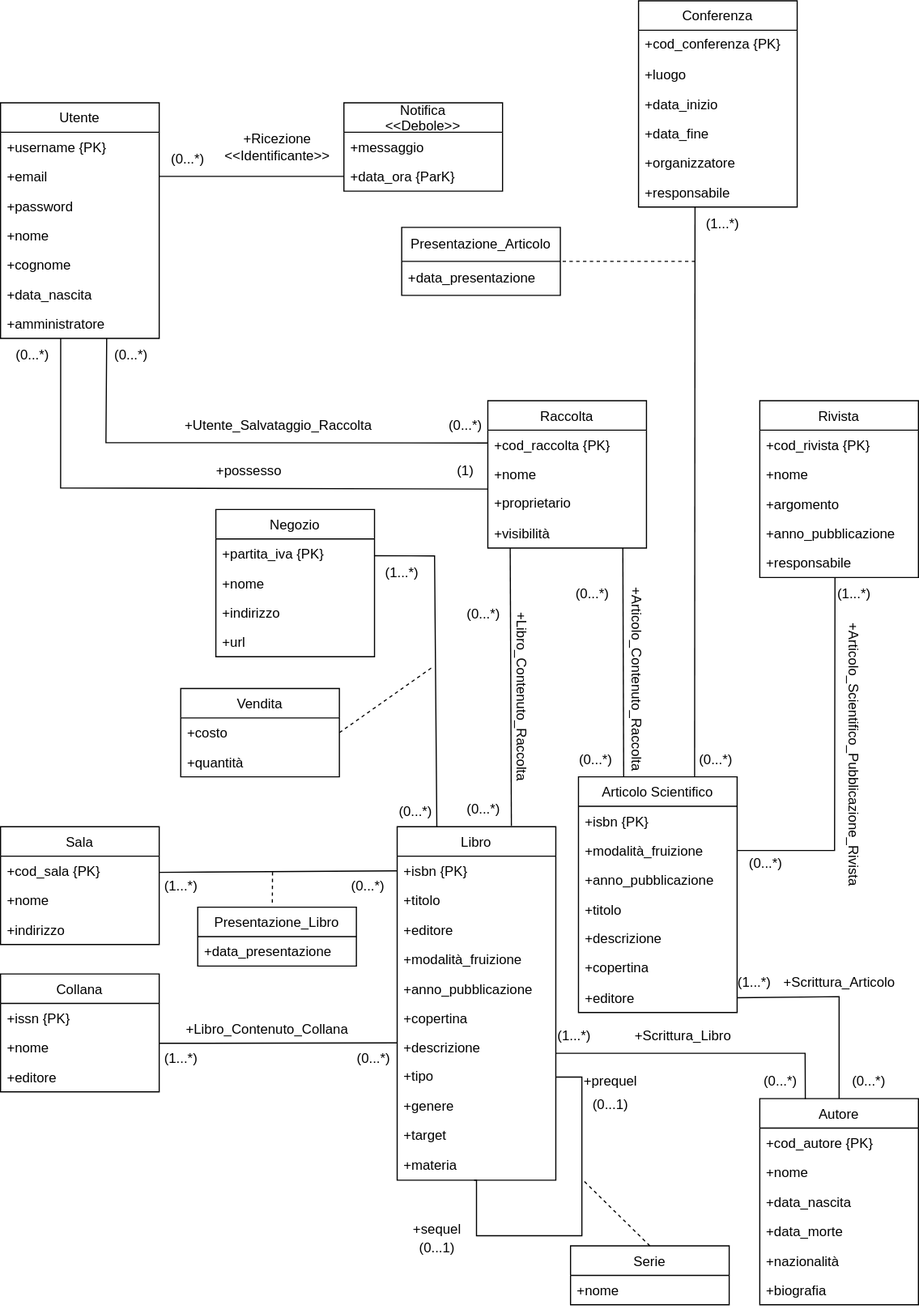
The draw.io diagram progettazione_concettuale/Modello_Concettuale_Ristrutturato_UML.drawio.svg in m3tt0/Progetto_OB_BASI, before a commit. Source tidied: cells renumbered, new cells last; positions are measured from the earlier drawing's top-left corner, leaving out a move shared by most shapes.
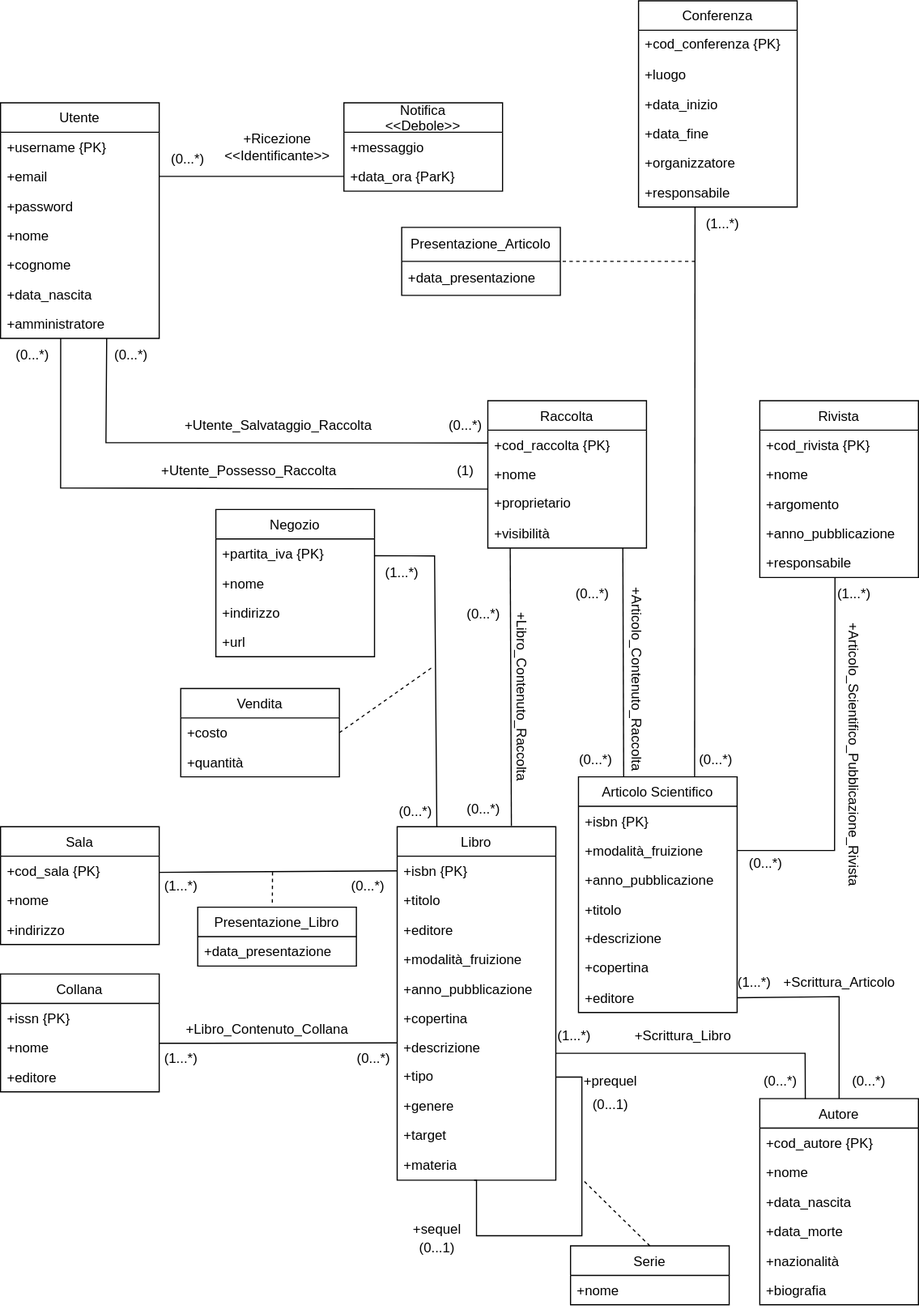
Later version of the same file.

Change to the diagram source:
```diff
@@ -314,8 +314,8 @@
     <mxCell id="100" value="(0...*)" style="text;html=1;align=center;verticalAlign=middle;strokeColor=none;fillColor=none;" parent="1" vertex="1">
       <mxGeometry x="90" y="298" width="50" height="30" as="geometry" />
     </mxCell>
-    <mxCell id="101" value="+possesso" style="text;html=1;align=center;verticalAlign=middle;strokeColor=none;fillColor=none;rotation=0;" parent="1" vertex="1">
-      <mxGeometry x="179" y="400" width="80" height="30" as="geometry" />
+    <mxCell id="101" value="+Utente_Possesso_Raccolta" style="text;html=1;align=center;verticalAlign=middle;strokeColor=none;fillColor=none;rotation=0;" parent="1" vertex="1">
+      <mxGeometry x="124" y="400" width="190" height="30" as="geometry" />
     </mxCell>
     <mxCell id="102" value="(0...*)" style="text;html=1;align=center;verticalAlign=middle;strokeColor=none;fillColor=none;" parent="1" vertex="1">
       <mxGeometry x="3" y="298" width="50" height="30" as="geometry" />
```
